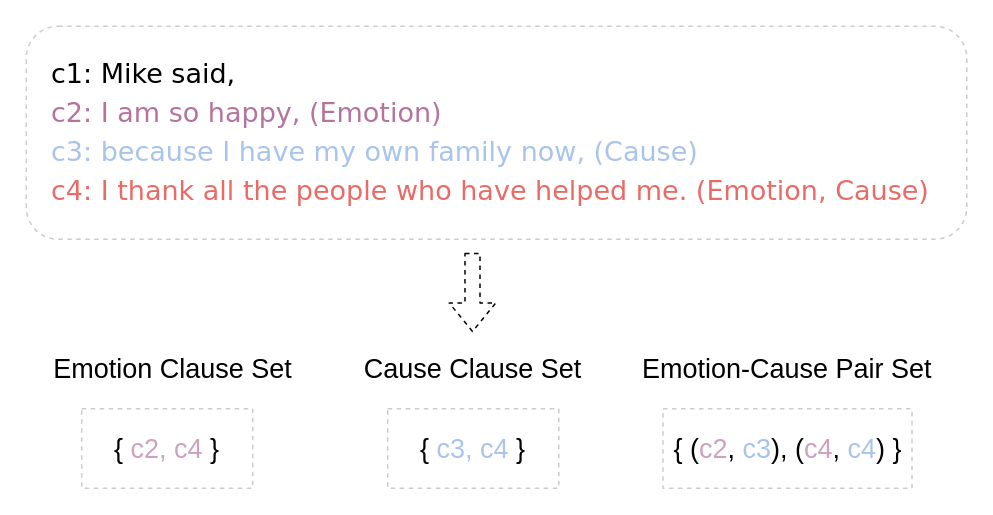
Above: doc_example.drawio in zhoucz97/paper_figure (draw.io), before the change. Source tidied: cells renumbered, new cells numbered last; positions are measured from the earlier drawing's top-left corner, leaving out a move shared by most shapes. Both pictures are drawn from the tidied source at 150%, with x=0, y=0 at pixel (26, 26).
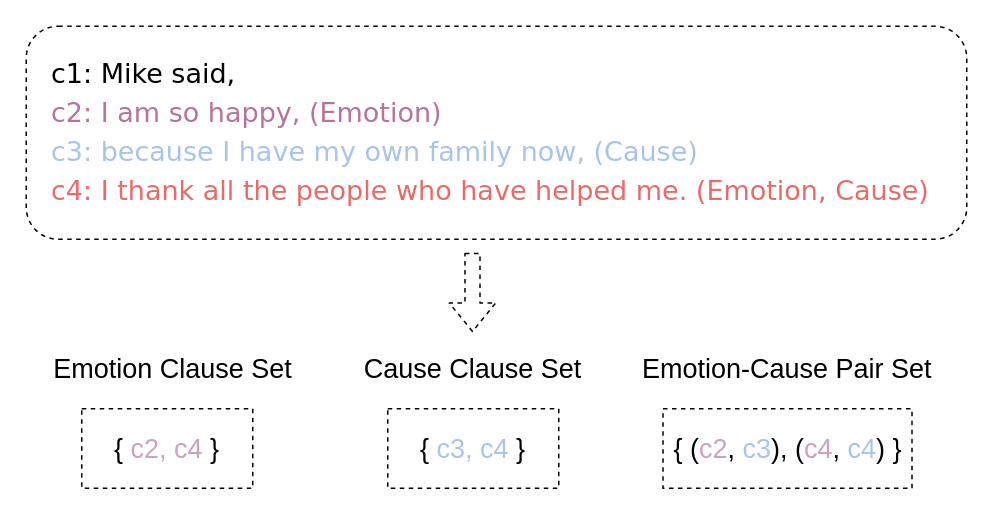
After the change.

What changed in the source:
```diff
@@
 <mxGraphModel>
   <root>
     <mxCell id="0" />
     <mxCell id="1" parent="0" />
-    <mxCell id="2" style="rounded=1;whiteSpace=wrap;html=1;dashed=1;strokeWidth=1;perimeterSpacing=1;strokeColor=#CCCCCC;" parent="1" vertex="1">
+    <mxCell id="2" style="rounded=1;whiteSpace=wrap;html=1;dashed=1;strokeWidth=1;perimeterSpacing=1;" parent="1" vertex="1">
       <mxGeometry width="627" height="142" as="geometry" />
     </mxCell>
     <mxCell id="3" value="&lt;p&gt;&lt;font face=&quot;Verdana&quot; style=&quot;line-height: 200%&quot;&gt;&lt;font style=&quot;font-size: 18px&quot;&gt;c1: Mike said,&lt;br&gt;&lt;/font&gt;&lt;font style=&quot;font-size: 18px&quot;&gt;&lt;font color=&quot;#b5739d&quot;&gt;c2: I am so happy, (Emotion)&lt;/font&gt;&lt;br&gt;&lt;/font&gt;&lt;font style=&quot;font-size: 18px&quot;&gt;&lt;font color=&quot;#a9c4eb&quot;&gt;c3: because I have my own family now, (Cause)&lt;/font&gt;&lt;br&gt;&lt;/font&gt;&lt;font style=&quot;font-size: 18px&quot;&gt;&lt;font color=&quot;#ea6b66&quot;&gt;c4: I thank all the people who have helped me. (Emotion, Cause)&lt;/font&gt;&lt;/font&gt;&lt;br&gt;&lt;/font&gt;&lt;/p&gt;" style="text;html=1;strokeColor=none;fillColor=none;align=left;verticalAlign=middle;whiteSpace=wrap;rounded=0;strokeWidth=9;perimeterSpacing=1;" parent="1" vertex="1">
       <mxGeometry x="15" y="3" width="609.5" height="136" as="geometry" />
     </mxCell>
-    <mxCell id="4" value="&lt;font style=&quot;font-size: 18px&quot;&gt;{&amp;nbsp;&lt;/font&gt;&lt;font style=&quot;font-size: 18px&quot; color=&quot;#cda2be&quot;&gt;c2, c4&amp;nbsp;&lt;/font&gt;&lt;font style=&quot;font-size: 18px&quot;&gt;}&lt;/font&gt;" style="rounded=0;whiteSpace=wrap;html=1;dashed=1;strokeColor=#CCCCCC;strokeWidth=1;" parent="1" vertex="1">
+    <mxCell id="4" value="&lt;font style=&quot;font-size: 18px&quot;&gt;{&amp;nbsp;&lt;/font&gt;&lt;font style=&quot;font-size: 18px&quot; color=&quot;#cda2be&quot;&gt;c2, c4&amp;nbsp;&lt;/font&gt;&lt;font style=&quot;font-size: 18px&quot;&gt;}&lt;/font&gt;" style="rounded=0;whiteSpace=wrap;html=1;dashed=1;strokeWidth=1;" parent="1" vertex="1">
       <mxGeometry x="37" y="255" width="114" height="53" as="geometry" />
     </mxCell>
     <mxCell id="5" value="&lt;font style=&quot;font-size: 18px&quot;&gt;Emotion Clause Set&lt;/font&gt;" style="text;html=1;strokeColor=none;fillColor=none;align=center;verticalAlign=middle;whiteSpace=wrap;rounded=0;dashed=1;" parent="1" vertex="1">
       <mxGeometry x="13" y="215" width="170" height="28" as="geometry" />
     </mxCell>
     <mxCell id="6" value="&lt;font style=&quot;font-size: 18px&quot;&gt;Cause Clause Set&lt;/font&gt;" style="text;html=1;strokeColor=none;fillColor=none;align=center;verticalAlign=middle;whiteSpace=wrap;rounded=0;dashed=1;" parent="1" vertex="1">
       <mxGeometry x="213" y="215" width="170" height="28" as="geometry" />
     </mxCell>
     <mxCell id="7" value="&lt;font style=&quot;font-size: 18px&quot;&gt;Emotion-Cause Pair Set&lt;/font&gt;" style="text;html=1;strokeColor=none;fillColor=none;align=center;verticalAlign=middle;whiteSpace=wrap;rounded=0;dashed=1;" parent="1" vertex="1">
       <mxGeometry x="393" y="215" width="229" height="28" as="geometry" />
     </mxCell>
-    <mxCell id="8" value="&lt;font style=&quot;font-size: 18px&quot;&gt;{&amp;nbsp;&lt;/font&gt;&lt;font style=&quot;font-size: 18px&quot; color=&quot;#a9c4eb&quot;&gt;c3, c4&amp;nbsp;&lt;/font&gt;&lt;font style=&quot;font-size: 18px&quot;&gt;}&lt;/font&gt;" style="rounded=0;whiteSpace=wrap;html=1;dashed=1;strokeColor=#CCCCCC;strokeWidth=1;" parent="1" vertex="1">
+    <mxCell id="8" value="&lt;font style=&quot;font-size: 18px&quot;&gt;{&amp;nbsp;&lt;/font&gt;&lt;font style=&quot;font-size: 18px&quot; color=&quot;#a9c4eb&quot;&gt;c3, c4&amp;nbsp;&lt;/font&gt;&lt;font style=&quot;font-size: 18px&quot;&gt;}&lt;/font&gt;" style="rounded=0;whiteSpace=wrap;html=1;dashed=1;strokeWidth=1;" parent="1" vertex="1">
       <mxGeometry x="241" y="255" width="114" height="53" as="geometry" />
     </mxCell>
-    <mxCell id="9" value="&lt;font style=&quot;font-size: 18px&quot;&gt;{ (&lt;font color=&quot;#cda2be&quot;&gt;c2&lt;/font&gt;, &lt;font color=&quot;#a9c4eb&quot;&gt;c3&lt;/font&gt;), (&lt;font color=&quot;#cda2be&quot;&gt;c4&lt;/font&gt;, &lt;font color=&quot;#a9c4eb&quot;&gt;c4&lt;/font&gt;) }&lt;/font&gt;" style="rounded=0;whiteSpace=wrap;html=1;dashed=1;strokeColor=#CCCCCC;strokeWidth=1;" parent="1" vertex="1">
+    <mxCell id="9" value="&lt;font style=&quot;font-size: 18px&quot;&gt;{ (&lt;font color=&quot;#cda2be&quot;&gt;c2&lt;/font&gt;, &lt;font color=&quot;#a9c4eb&quot;&gt;c3&lt;/font&gt;), (&lt;font color=&quot;#cda2be&quot;&gt;c4&lt;/font&gt;, &lt;font color=&quot;#a9c4eb&quot;&gt;c4&lt;/font&gt;) }&lt;/font&gt;" style="rounded=0;whiteSpace=wrap;html=1;dashed=1;strokeWidth=1;" parent="1" vertex="1">
       <mxGeometry x="424.5" y="255" width="166" height="53" as="geometry" />
     </mxCell>
     <mxCell id="10" style="endArrow=classic;html=1;shape=flexArrow;dashed=1;" parent="1" edge="1">
       <mxGeometry relative="1" as="geometry">
         <mxPoint x="297.5" y="151" as="sourcePoint" />
         <mxPoint x="297.5" y="204" as="targetPoint" />
       </mxGeometry>
     </mxCell>
   </root>
 </mxGraphModel>
```
